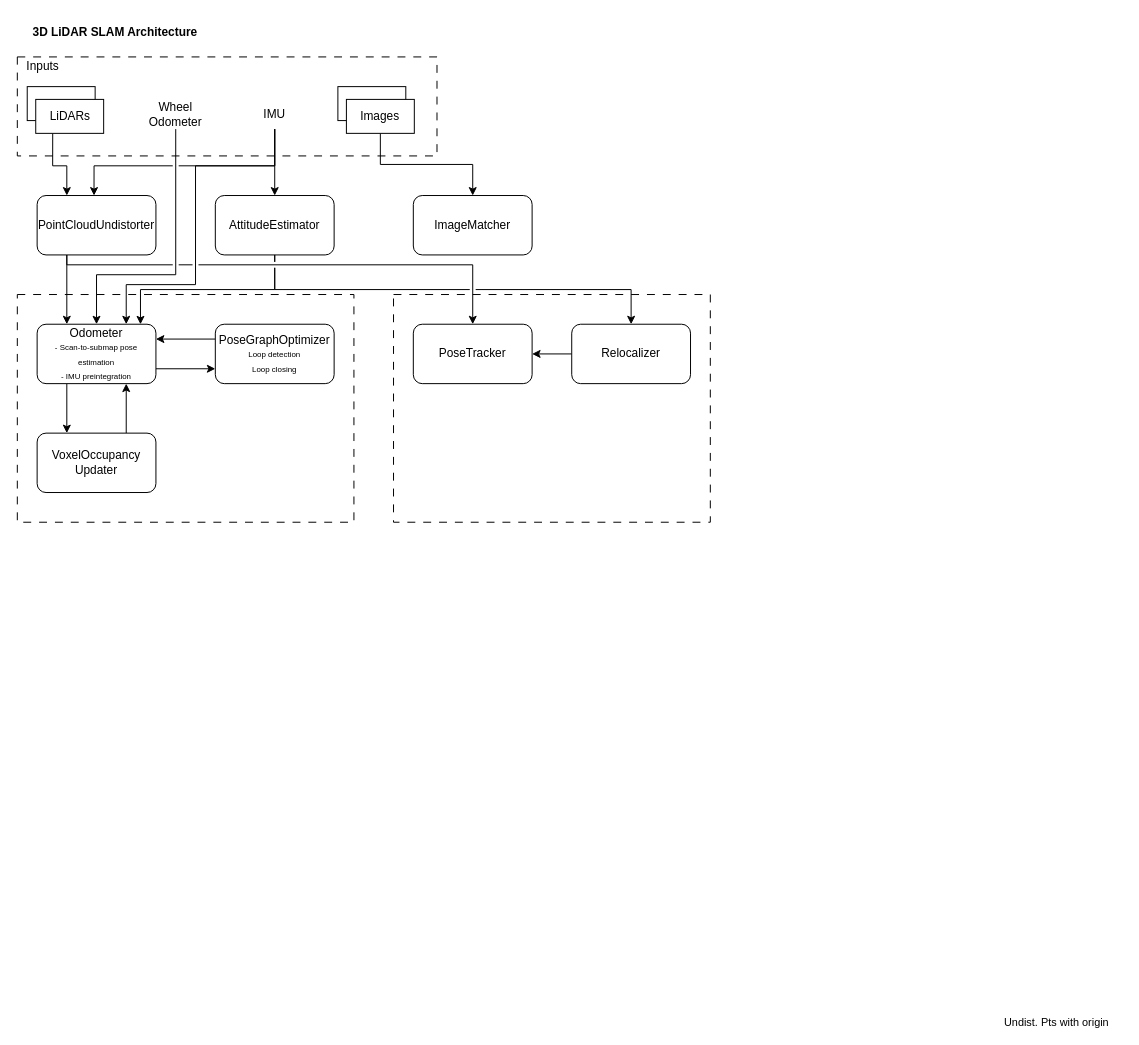
Above: 3D SLAM.drawio in chkim-holiday/draw_io_storage (draw.io), before the change. Source tidied: cells renumbered, new cells numbered last; positions are measured from the earlier drawing's top-left corner, leaving out a move shared by most shapes. Both pictures are drawn from the tidied source at 99%, with x=0, y=0 at pixel (17, 17).
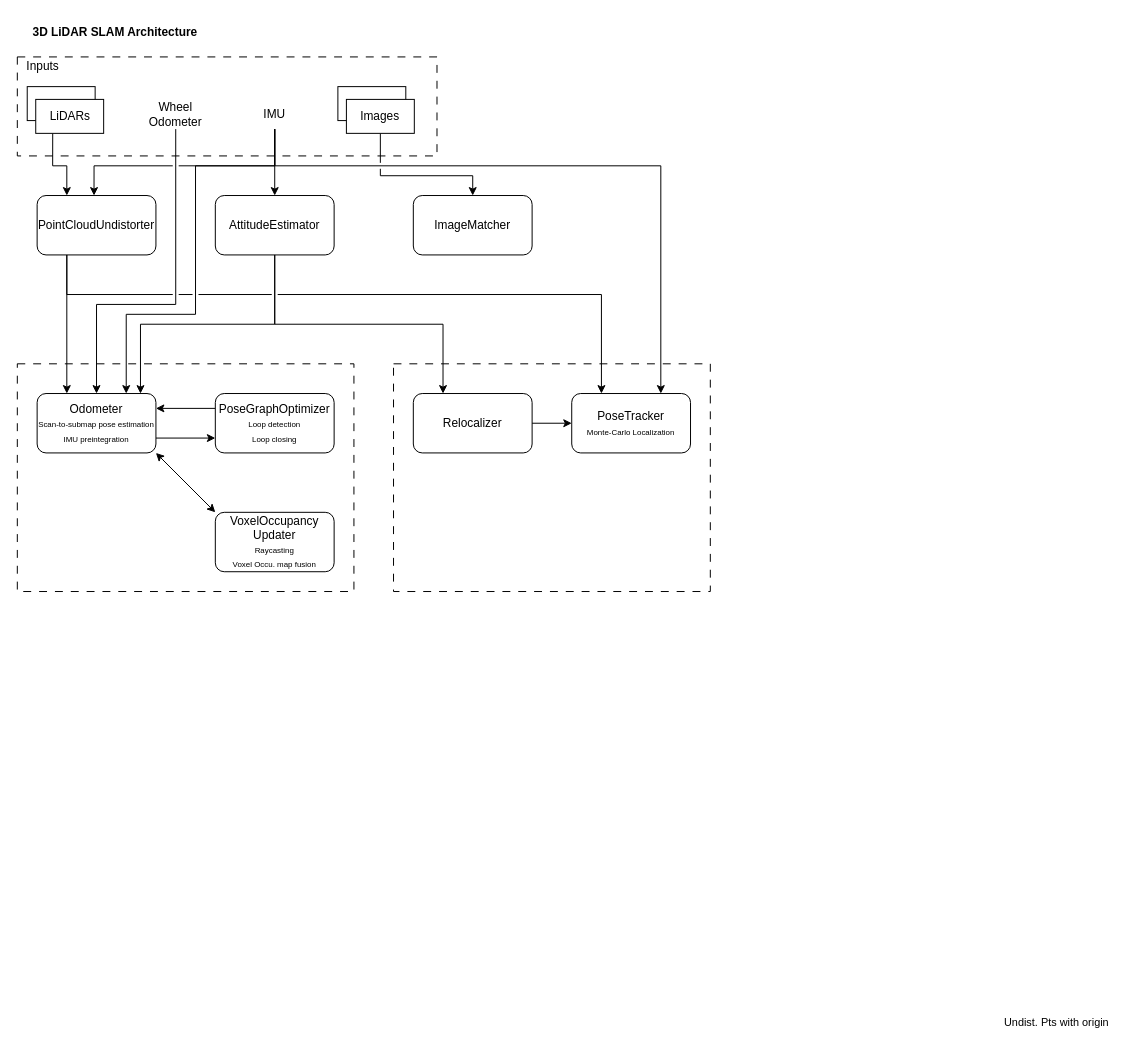
After the change.

Unchanged cells that the change refers to:
```xml
<mxCell id="7" value="IMU" style="text;html=1;whiteSpace=wrap;strokeColor=none;fillColor=none;align=center;verticalAlign=middle;rounded=0;" parent="1" vertex="1">
  <mxGeometry x="240" y="82.9" width="40" height="30" as="geometry" />
</mxCell>
<mxCell id="9" value="Wheel&lt;br&gt;Odometer" style="text;html=1;whiteSpace=wrap;strokeColor=none;fillColor=none;align=center;verticalAlign=middle;rounded=0;" parent="1" vertex="1">
  <mxGeometry x="140" y="82.9" width="40" height="30" as="geometry" />
</mxCell>
<mxCell id="18" value="Images" style="rounded=0;whiteSpace=wrap;html=1;" parent="1" vertex="1">
  <mxGeometry x="332.4" y="82.9" width="68.6" height="34.3" as="geometry" />
</mxCell>
<mxCell id="21" value="PointCloudUndistorter" style="rounded=1;whiteSpace=wrap;html=1;" parent="1" vertex="1">
  <mxGeometry x="20" y="180" width="120" height="60" as="geometry" />
</mxCell>
<mxCell id="23" value="AttitudeEstimator" style="rounded=1;whiteSpace=wrap;html=1;" parent="1" vertex="1">
  <mxGeometry x="200" y="180" width="120" height="60" as="geometry" />
</mxCell>
<mxCell id="36" value="ImageMatcher" style="rounded=1;whiteSpace=wrap;html=1;" parent="1" vertex="1">
  <mxGeometry x="400" y="180" width="120" height="60" as="geometry" />
</mxCell>
```

The edit, as a diff of the source:
```diff
@@
     <mxCell id="2" style="rounded=0;whiteSpace=wrap;html=1;dashed=1;dashPattern=8 8;" parent="1" vertex="1">
-      <mxGeometry x="380" y="280" width="320" height="230" as="geometry" />
+      <mxGeometry x="380" y="350" width="320" height="230" as="geometry" />
     </mxCell>
     <mxCell id="3" style="rounded=0;whiteSpace=wrap;html=1;dashed=1;dashPattern=8 8;" parent="1" vertex="1">
-      <mxGeometry y="280" width="340" height="230" as="geometry" />
+      <mxGeometry y="350" width="340" height="230" as="geometry" />
     </mxCell>
@@
     <mxCell id="6" style="edgeStyle=orthogonalEdgeStyle;shape=connector;rounded=0;jumpStyle=gap;jettySize=auto;html=1;exitX=0.5;exitY=1;exitDx=0;exitDy=0;entryX=0.75;entryY=0;entryDx=0;entryDy=0;strokeColor=default;align=center;verticalAlign=middle;fontFamily=Helvetica;fontSize=11;fontColor=default;labelBackgroundColor=default;endArrow=classic;" parent="1" edge="1" source="7" target="34">
       <mxGeometry relative="1" as="geometry">
         <Array as="points">
           <mxPoint x="260" y="150" />
           <mxPoint x="180" y="150" />
-          <mxPoint x="180" y="270" />
-          <mxPoint x="110" y="270" />
+          <mxPoint x="180" y="300" />
+          <mxPoint x="110" y="300" />
         </Array>
       </mxGeometry>
     </mxCell>
+    <mxCell id="37" style="edgeStyle=orthogonalEdgeStyle;shape=connector;rounded=0;jumpStyle=gap;jettySize=auto;html=1;exitX=0.5;exitY=1;exitDx=0;exitDy=0;entryX=0.75;entryY=0;entryDx=0;entryDy=0;strokeColor=default;align=center;verticalAlign=middle;fontFamily=Helvetica;fontSize=11;fontColor=default;labelBackgroundColor=default;endArrow=classic;" parent="1" edge="1" source="7" target="28">
+      <mxGeometry relative="1" as="geometry">
+        <Array as="points">
+          <mxPoint x="260" y="150" />
+          <mxPoint x="650" y="150" />
+        </Array>
+      </mxGeometry>
+    </mxCell>
@@
     <mxCell id="8" style="edgeStyle=orthogonalEdgeStyle;shape=connector;rounded=0;jumpStyle=gap;jettySize=auto;html=1;exitX=0.5;exitY=1;exitDx=0;exitDy=0;entryX=0.5;entryY=0;entryDx=0;entryDy=0;strokeColor=default;align=center;verticalAlign=middle;fontFamily=Helvetica;fontSize=11;fontColor=default;labelBackgroundColor=default;endArrow=classic;" parent="1" edge="1" source="9" target="34">
       <mxGeometry relative="1" as="geometry">
         <Array as="points">
-          <mxPoint x="160" y="260" />
-          <mxPoint x="80" y="260" />
+          <mxPoint x="160" y="290" />
+          <mxPoint x="80" y="290" />
         </Array>
       </mxGeometry>
     </mxCell>
@@
     <mxCell id="17" style="edgeStyle=orthogonalEdgeStyle;shape=connector;rounded=0;jumpStyle=gap;jettySize=auto;html=1;exitX=0.5;exitY=1;exitDx=0;exitDy=0;entryX=0.5;entryY=0;entryDx=0;entryDy=0;strokeColor=default;align=center;verticalAlign=middle;fontFamily=Helvetica;fontSize=11;fontColor=default;labelBackgroundColor=default;endArrow=classic;" parent="1" edge="1" source="18" target="36">
-      <mxGeometry relative="1" as="geometry" />
+      <mxGeometry relative="1" as="geometry">
+        <Array as="points">
+          <mxPoint x="367" y="160" />
+          <mxPoint x="460" y="160" />
+        </Array>
+      </mxGeometry>
     </mxCell>
@@
-    <mxCell id="20" style="edgeStyle=orthogonalEdgeStyle;shape=connector;rounded=0;jumpStyle=gap;jettySize=auto;html=1;exitX=0.25;exitY=1;exitDx=0;exitDy=0;entryX=0.5;entryY=0;entryDx=0;entryDy=0;strokeColor=default;align=center;verticalAlign=middle;fontFamily=Helvetica;fontSize=11;fontColor=default;labelBackgroundColor=default;endArrow=classic;" parent="1" edge="1" source="21" target="28">
-      <mxGeometry relative="1" as="geometry">
-        <Array as="points">
-          <mxPoint x="50" y="250" />
-          <mxPoint x="460" y="250" />
-        </Array>
-      </mxGeometry>
-    </mxCell>
@@
-    <mxCell id="22" style="edgeStyle=orthogonalEdgeStyle;shape=connector;rounded=0;jumpStyle=gap;jettySize=auto;html=1;exitX=0.5;exitY=1;exitDx=0;exitDy=0;entryX=0.5;entryY=0;entryDx=0;entryDy=0;strokeColor=default;align=center;verticalAlign=middle;fontFamily=Helvetica;fontSize=11;fontColor=default;labelBackgroundColor=default;endArrow=classic;" parent="1" edge="1" source="23" target="31">
-      <mxGeometry relative="1" as="geometry" />
+    <mxCell id="22" style="edgeStyle=orthogonalEdgeStyle;shape=connector;rounded=0;jumpStyle=gap;jettySize=auto;html=1;exitX=0.5;exitY=1;exitDx=0;exitDy=0;entryX=0.25;entryY=0;entryDx=0;entryDy=0;strokeColor=default;align=center;verticalAlign=middle;fontFamily=Helvetica;fontSize=11;fontColor=default;labelBackgroundColor=default;endArrow=classic;" parent="1" edge="1" source="23" target="31">
+      <mxGeometry relative="1" as="geometry">
+        <Array as="points">
+          <mxPoint x="260" y="310" />
+          <mxPoint x="430" y="310" />
+        </Array>
+      </mxGeometry>
     </mxCell>
@@
     <mxCell id="25" value="PoseGraphOptimizer&lt;div&gt;&lt;font style=&quot;font-size: 8px;&quot;&gt;Loop detection&lt;/font&gt;&lt;/div&gt;&lt;div&gt;&lt;font style=&quot;font-size: 8px;&quot;&gt;Loop closing&lt;/font&gt;&lt;/div&gt;" style="rounded=1;whiteSpace=wrap;html=1;" parent="1" vertex="1">
-      <mxGeometry x="200" y="310" width="120" height="60" as="geometry" />
+      <mxGeometry x="200" y="380" width="120" height="60" as="geometry" />
     </mxCell>
-    <mxCell id="26" style="edgeStyle=orthogonalEdgeStyle;shape=connector;rounded=0;jumpStyle=gap;jettySize=auto;html=1;exitX=0.75;exitY=0;exitDx=0;exitDy=0;entryX=0.75;entryY=1;entryDx=0;entryDy=0;strokeColor=default;align=center;verticalAlign=middle;fontFamily=Helvetica;fontSize=11;fontColor=default;labelBackgroundColor=default;endArrow=classic;" parent="1" edge="1" source="27" target="34">
-      <mxGeometry relative="1" as="geometry" />
-    </mxCell>
-    <mxCell id="27" value="VoxelOccupancy&lt;br&gt;Updater" style="rounded=1;whiteSpace=wrap;html=1;" parent="1" vertex="1">
-      <mxGeometry x="20" y="420" width="120" height="60" as="geometry" />
+    <mxCell id="27" value="VoxelOccupancy&lt;br&gt;Updater&lt;div&gt;&lt;font style=&quot;font-size: 8px;&quot;&gt;Raycasting&lt;/font&gt;&lt;/div&gt;&lt;div&gt;&lt;font style=&quot;font-size: 8px;&quot;&gt;Voxel Occu. map fusion&lt;/font&gt;&lt;/div&gt;" style="rounded=1;whiteSpace=wrap;html=1;" parent="1" vertex="1">
+      <mxGeometry x="200" y="500" width="120" height="60" as="geometry" />
     </mxCell>
-    <mxCell id="28" value="PoseTracker" style="rounded=1;whiteSpace=wrap;html=1;" parent="1" vertex="1">
-      <mxGeometry x="400" y="310" width="120" height="60" as="geometry" />
+    <mxCell id="28" value="PoseTracker&lt;div&gt;&lt;font style=&quot;font-size: 8px;&quot;&gt;Monte-Carlo Localization&lt;/font&gt;&lt;/div&gt;" style="rounded=1;whiteSpace=wrap;html=1;" parent="1" vertex="1">
+      <mxGeometry x="560" y="380" width="120" height="60" as="geometry" />
     </mxCell>
     <mxCell id="29" style="edgeStyle=orthogonalEdgeStyle;rounded=0;jettySize=auto;html=1;exitX=0.5;exitY=1;exitDx=0;exitDy=0;entryX=0.479;entryY=0;entryDx=0;entryDy=0;entryPerimeter=0;jumpStyle=gap;" parent="1" edge="1" source="7" target="21">
       <mxGeometry relative="1" as="geometry">
         <Array as="points">
-          <mxPoint x="160" y="150" />
-          <mxPoint x="77" y="150" />
-          <mxPoint x="77" y="180" />
+          <mxPoint x="260" y="150" />
+          <mxPoint x="78" y="150" />
         </Array>
       </mxGeometry>
     </mxCell>
-    <mxCell id="30" style="edgeStyle=orthogonalEdgeStyle;shape=connector;rounded=0;jumpStyle=gap;jettySize=auto;html=1;exitX=0;exitY=0.5;exitDx=0;exitDy=0;entryX=1;entryY=0.5;entryDx=0;entryDy=0;strokeColor=default;align=center;verticalAlign=middle;fontFamily=Helvetica;fontSize=11;fontColor=default;labelBackgroundColor=default;endArrow=classic;" parent="1" edge="1" source="31" target="28">
-      <mxGeometry relative="1" as="geometry" />
-    </mxCell>
     <mxCell id="31" value="Relocalizer" style="rounded=1;whiteSpace=wrap;html=1;" parent="1" vertex="1">
-      <mxGeometry x="560" y="310" width="120" height="60" as="geometry" />
+      <mxGeometry x="400" y="380" width="120" height="60" as="geometry" />
     </mxCell>
+    <mxCell id="33" style="edgeStyle=orthogonalEdgeStyle;shape=connector;rounded=0;jumpStyle=gap;jettySize=auto;html=1;exitX=1;exitY=0.75;exitDx=0;exitDy=0;entryX=0;entryY=0.75;entryDx=0;entryDy=0;strokeColor=default;align=center;verticalAlign=middle;fontFamily=Helvetica;fontSize=11;fontColor=default;labelBackgroundColor=default;endArrow=classic;" parent="1" edge="1" source="34" target="25">
+      <mxGeometry relative="1" as="geometry" />
+    </mxCell>
-    <mxCell id="32" style="edgeStyle=orthogonalEdgeStyle;shape=connector;rounded=0;jumpStyle=gap;jettySize=auto;html=1;exitX=0.25;exitY=1;exitDx=0;exitDy=0;entryX=0.25;entryY=0;entryDx=0;entryDy=0;strokeColor=default;align=center;verticalAlign=middle;fontFamily=Helvetica;fontSize=11;fontColor=default;labelBackgroundColor=default;endArrow=classic;" parent="1" edge="1" source="34" target="27">
+    <mxCell id="32" style="shape=connector;rounded=0;jumpStyle=gap;jettySize=auto;html=1;exitX=1;exitY=1;exitDx=0;exitDy=0;entryX=0;entryY=0;entryDx=0;entryDy=0;strokeColor=default;align=center;verticalAlign=middle;fontFamily=Helvetica;fontSize=11;fontColor=default;labelBackgroundColor=default;endArrow=classic;startArrow=classic;startFill=1;" parent="1" edge="1" source="34" target="27">
       <mxGeometry relative="1" as="geometry" />
     </mxCell>
-    <mxCell id="33" style="edgeStyle=orthogonalEdgeStyle;shape=connector;rounded=0;jumpStyle=gap;jettySize=auto;html=1;exitX=1;exitY=0.75;exitDx=0;exitDy=0;entryX=0;entryY=0.75;entryDx=0;entryDy=0;strokeColor=default;align=center;verticalAlign=middle;fontFamily=Helvetica;fontSize=11;fontColor=default;labelBackgroundColor=default;endArrow=classic;" parent="1" edge="1" source="34" target="25">
-      <mxGeometry relative="1" as="geometry" />
-    </mxCell>
-    <mxCell id="34" value="Odometer&lt;div&gt;&lt;font style=&quot;font-size: 8px;&quot;&gt;- Scan-to-submap pose estimation&lt;/font&gt;&lt;/div&gt;&lt;div&gt;&lt;font style=&quot;font-size: 8px;&quot;&gt;- IMU preintegration&lt;/font&gt;&lt;/div&gt;" style="rounded=1;whiteSpace=wrap;html=1;" parent="1" vertex="1">
-      <mxGeometry x="20" y="310" width="120" height="60" as="geometry" />
+    <mxCell id="34" value="Odometer&lt;div&gt;&lt;font style=&quot;font-size: 8px;&quot;&gt;Scan-to-submap pose estimation&lt;/font&gt;&lt;/div&gt;&lt;div&gt;&lt;font style=&quot;font-size: 8px;&quot;&gt;IMU preintegration&lt;/font&gt;&lt;/div&gt;" style="rounded=1;whiteSpace=wrap;html=1;" parent="1" vertex="1">
+      <mxGeometry x="20" y="380" width="120" height="60" as="geometry" />
     </mxCell>
     <mxCell id="35" style="edgeStyle=orthogonalEdgeStyle;shape=connector;rounded=0;jumpStyle=gap;jettySize=auto;html=1;exitX=0.5;exitY=1;exitDx=0;exitDy=0;entryX=0.87;entryY=0.001;entryDx=0;entryDy=0;entryPerimeter=0;strokeColor=default;align=center;verticalAlign=middle;fontFamily=Helvetica;fontSize=11;fontColor=default;labelBackgroundColor=default;endArrow=classic;" parent="1" edge="1" source="23" target="34">
-      <mxGeometry relative="1" as="geometry" />
+      <mxGeometry relative="1" as="geometry">
+        <Array as="points">
+          <mxPoint x="260" y="310" />
+          <mxPoint x="124" y="310" />
+        </Array>
+      </mxGeometry>
     </mxCell>
@@
+    <mxCell id="30" style="edgeStyle=orthogonalEdgeStyle;shape=connector;rounded=0;jumpStyle=gap;jettySize=auto;html=1;exitX=1;exitY=0.5;exitDx=0;exitDy=0;entryX=0;entryY=0.5;entryDx=0;entryDy=0;strokeColor=default;align=center;verticalAlign=middle;fontFamily=Helvetica;fontSize=11;fontColor=default;labelBackgroundColor=default;endArrow=classic;" parent="1" edge="1" source="31" target="28">
+      <mxGeometry relative="1" as="geometry" />
+    </mxCell>
+    <mxCell id="20" style="edgeStyle=orthogonalEdgeStyle;shape=connector;rounded=0;jumpStyle=gap;jettySize=auto;html=1;exitX=0.25;exitY=1;exitDx=0;exitDy=0;entryX=0.25;entryY=0;entryDx=0;entryDy=0;strokeColor=default;align=center;verticalAlign=middle;fontFamily=Helvetica;fontSize=11;fontColor=default;labelBackgroundColor=default;endArrow=classic;" parent="1" edge="1" source="21" target="28">
+      <mxGeometry relative="1" as="geometry">
+        <Array as="points">
+          <mxPoint x="50" y="280" />
+          <mxPoint x="590" y="280" />
+        </Array>
+      </mxGeometry>
+    </mxCell>
```
